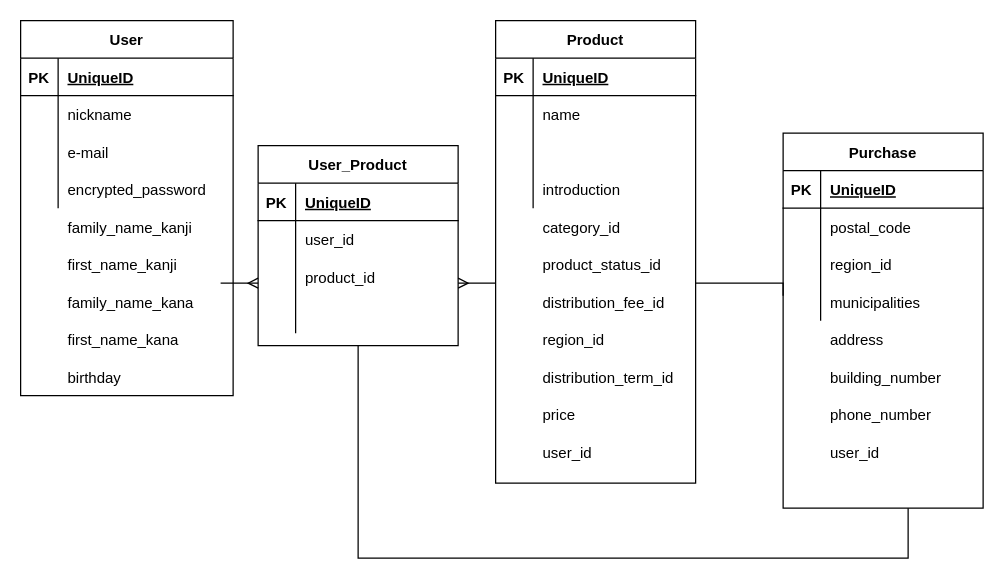
Above: furima.dio in kammy0603/furima-30941 (draw.io), before the change. Source tidied: cells renumbered, new cells numbered last; positions are measured from the earlier drawing's top-left corner, leaving out a move shared by most shapes. Both pictures are drawn from the tidied source at 125%, with x=0, y=0 at pixel (20, 20).
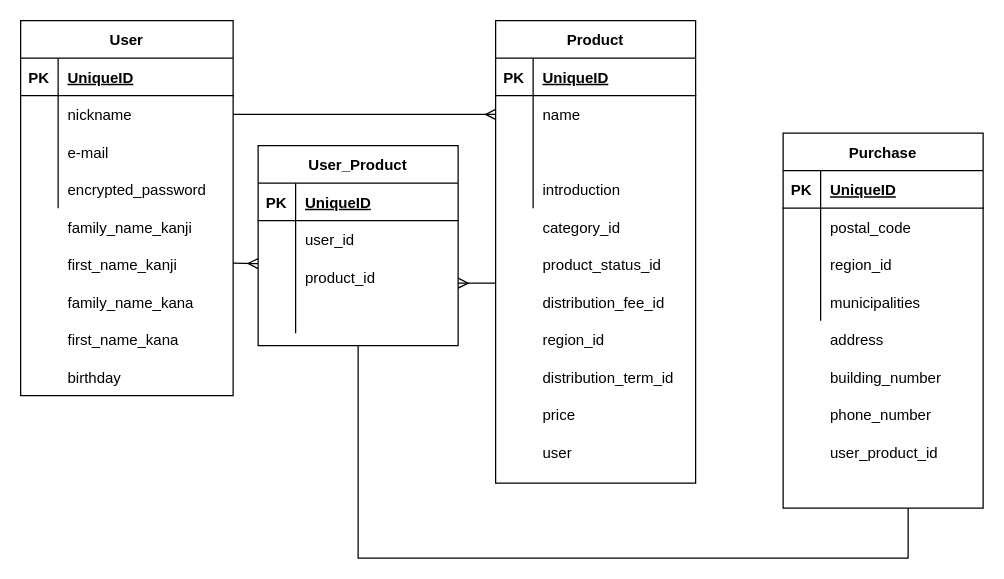
The same page after the edit.

Unchanged cells that the change refers to:
```xml
<mxCell id="6" style="shape=partialRectangle;fillColor=none;top=0;left=0;bottom=0;right=0;points=[[0,0.5],[1,0.5]];portConstraint=eastwest;" parent="2" vertex="1">
  <mxGeometry y="60" width="170" height="30" as="geometry" />
</mxCell>
<mxCell id="85" style="shape=partialRectangle;fillColor=none;top=0;left=0;bottom=0;right=0;points=[[0,0.5],[1,0.5]];portConstraint=eastwest;" parent="81" vertex="1">
  <mxGeometry y="60" width="160" height="30" as="geometry" />
</mxCell>
```

What changed in the source:
```diff
@@
-    <mxCell id="79" style="endArrow=ERmany;html=1;rounded=0;endFill=0;" parent="1" edge="1">
-      <mxGeometry relative="1" as="geometry">
-        <mxPoint x="160" y="210" as="sourcePoint" />
-        <mxPoint x="190" y="210" as="targetPoint" />
-      </mxGeometry>
+    <mxCell id="79" style="endArrow=ERmany;html=1;rounded=0;endFill=0;entryX=0;entryY=0.5;entryDx=0;entryDy=0;exitX=1;exitY=0.5;exitDx=0;exitDy=0;" parent="1" edge="1" source="6" target="85">
+      <mxGeometry relative="1" as="geometry" />
     </mxCell>
-    <mxCell id="80" value="user_id" style="shape=partialRectangle;fillColor=none;top=0;left=0;bottom=0;right=0;align=left;spacingLeft=6;overflow=hidden;" parent="1" vertex="1">
+    <mxCell id="80" value="user" style="shape=partialRectangle;fillColor=none;top=0;left=0;bottom=0;right=0;align=left;spacingLeft=6;overflow=hidden;" parent="1" vertex="1">
       <mxGeometry x="410" y="320" width="130" height="50" as="geometry" />
     </mxCell>
@@
-    <mxCell id="95" value="user_id" style="shape=partialRectangle;fillColor=none;top=0;left=0;bottom=0;right=0;align=left;spacingLeft=6;overflow=hidden;" parent="1" vertex="1">
+    <mxCell id="95" value="user_product_id" style="shape=partialRectangle;fillColor=none;top=0;left=0;bottom=0;right=0;align=left;spacingLeft=6;overflow=hidden;" parent="1" vertex="1">
       <mxGeometry x="640" y="320" width="130" height="50" as="geometry" />
     </mxCell>
-    <mxCell id="96" style="edgeStyle=orthogonalEdgeStyle;rounded=0;orthogonalLoop=1;jettySize=auto;html=1;endArrow=none;endFill=0;" parent="1" edge="1">
-      <mxGeometry relative="1" as="geometry">
-        <mxPoint x="540" y="210" as="sourcePoint" />
-        <mxPoint x="610" y="210" as="targetPoint" />
-        <Array as="points">
-          <mxPoint x="610" y="210" />
-          <mxPoint x="610" y="220" />
-        </Array>
-      </mxGeometry>
-    </mxCell>
+    <mxCell id="97" style="endArrow=ERmany;html=1;rounded=0;endFill=0;entryX=0;entryY=0.5;entryDx=0;entryDy=0;" parent="1" edge="1">
+      <mxGeometry relative="1" as="geometry">
+        <mxPoint x="170" y="194" as="sourcePoint" />
+        <mxPoint x="190" y="194.4" as="targetPoint" />
+      </mxGeometry>
+    </mxCell>
```
